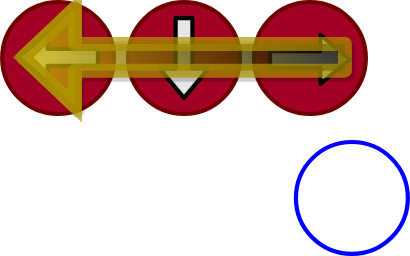
Above: StreetFighter6/images/slide_624.svg in yamasdais/notebook (draw.io), before the change. Source tidied: cells renumbered, new cells last; positions are measured from the earlier drawing's top-left corner, leaving out a move shared by most shapes.
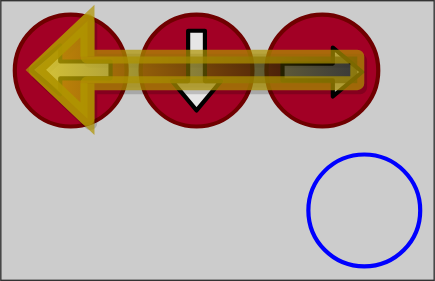
Above is the later version.

The edit, as a diff of the source:
```diff
@@ -2,6 +2,9 @@
   <root>
     <mxCell id="0" />
     <mxCell id="1" parent="0" />
+    <mxCell id="13" style="rounded=0;whiteSpace=wrap;html=1;fillColor=#CCCCCC;strokeColor=#333333;" parent="1" vertex="1">
+      <mxGeometry x="-10" y="-10" width="310" height="200" as="geometry" />
+    </mxCell>
     <mxCell id="2" style="group;rotation=-90;" parent="1" vertex="1">
       <mxGeometry x="90" width="80" height="80" as="geometry" />
     </mxCell>
```
